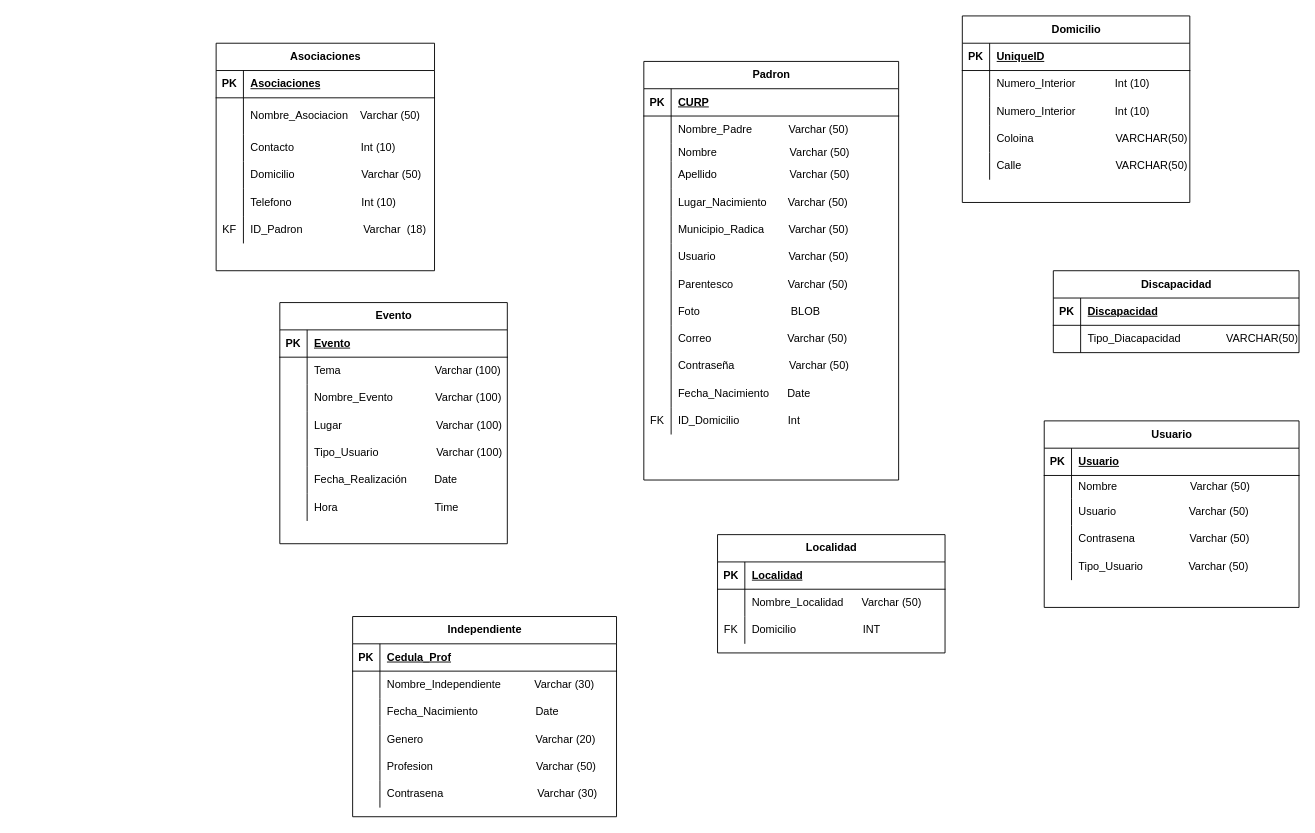
Before: Relacional.drawio in OSCARCH2002/diagramas, a draw.io diagram. Source tidied: cells renumbered, new cells numbered last; positions are measured from the earlier drawing's top-left corner, leaving out a move shared by most shapes. Both pictures are drawn from the tidied source at 91%, with x=0, y=0 at pixel (216, 15).
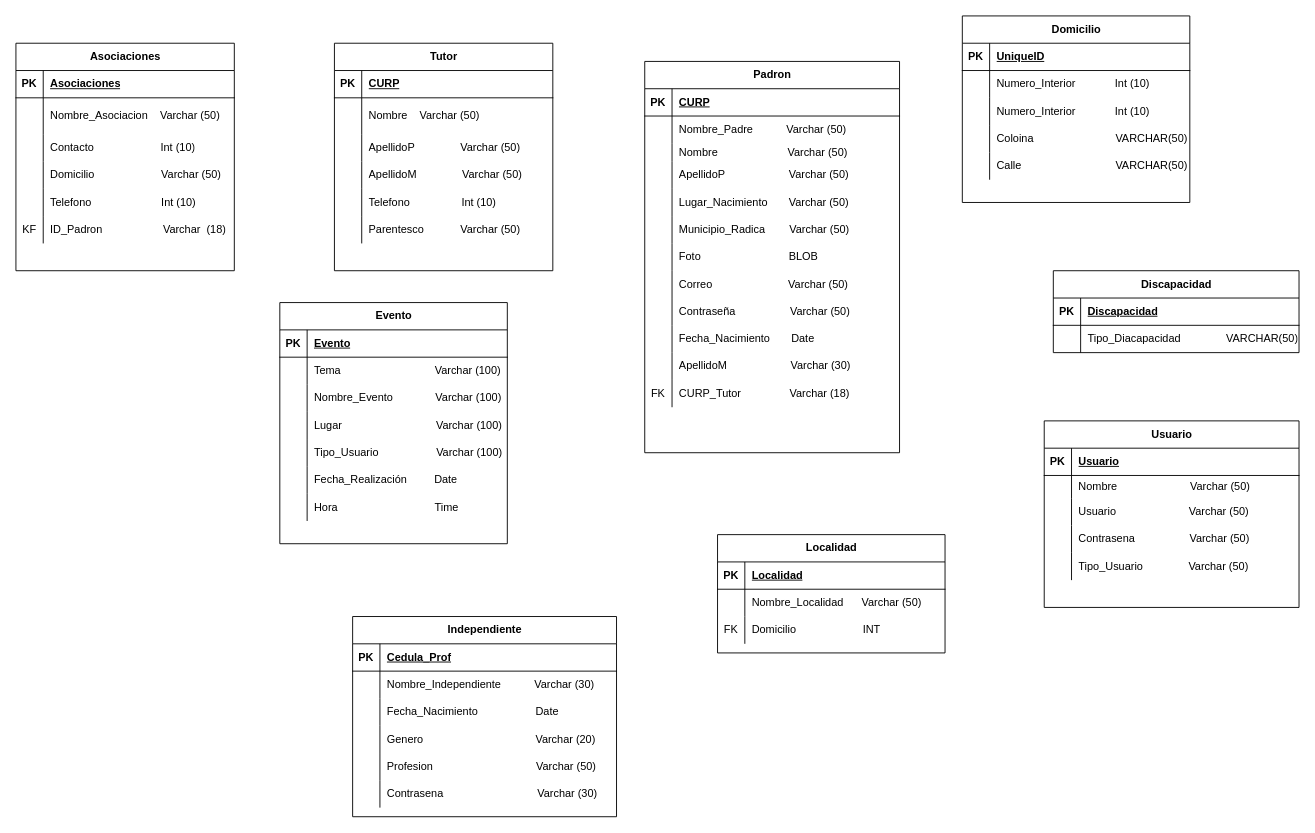
The same diagram, later.

The change refers to these unchanged cells:
```xml
<mxCell id="25" style="shape=tableRow;horizontal=0;startSize=0;swimlaneHead=0;swimlaneBody=0;fillColor=none;top=0;left=0;right=0;bottom=0;" parent="21" vertex="1">
  <mxGeometry y="60" width="280" height="30" as="geometry" />
</mxCell>
<mxCell id="28" style="shape=tableRow;horizontal=0;startSize=0;swimlaneHead=0;swimlaneBody=0;fillColor=none;top=0;left=0;right=0;bottom=0;" parent="21" vertex="1">
  <mxGeometry y="90" width="280" height="20" as="geometry" />
</mxCell>
<mxCell id="31" style="shape=tableRow;horizontal=0;startSize=0;swimlaneHead=0;swimlaneBody=0;fillColor=none;top=0;left=0;right=0;bottom=0;" parent="21" vertex="1">
  <mxGeometry y="110" width="280" height="30" as="geometry" />
</mxCell>
```

What changed in the source:
```diff
@@
     <mxCell id="2" value="Asociaciones" style="shape=table;startSize=30;childLayout=tableLayout;rowLines=0;fontStyle=1;align=center;html=1;" parent="1" vertex="1">
-      <mxGeometry y="30" width="240" height="250" as="geometry" />
+      <mxGeometry x="-220" y="30" width="240" height="250" as="geometry" />
     </mxCell>
@@
     <mxCell id="21" value="Padron" style="shape=table;startSize=30;childLayout=tableLayout;rowLines=0;fontStyle=1;align=center;html=1;" parent="1" vertex="1">
-      <mxGeometry x="470" y="50" width="280" height="460" as="geometry" />
+      <mxGeometry x="471" y="50" width="280" height="430" as="geometry" />
     </mxCell>
@@
-    <mxCell id="27" value="Nombre_Padre&amp;nbsp; &amp;nbsp; &amp;nbsp; &amp;nbsp; &amp;nbsp; &amp;nbsp; Varchar (50)" style="shape=partialRectangle;fillColor=none;top=0;left=0;bottom=0;right=0;align=left;spacingLeft=6;overflow=hidden;whiteSpace=wrap;html=1;" parent="25" vertex="1">
+    <mxCell id="27" value="Nombre_Padre&amp;nbsp; &amp;nbsp; &amp;nbsp; &amp;nbsp; &amp;nbsp; &amp;nbsp;Varchar (50)" style="shape=partialRectangle;fillColor=none;top=0;left=0;bottom=0;right=0;align=left;spacingLeft=6;overflow=hidden;whiteSpace=wrap;html=1;" parent="25" vertex="1">
       <mxGeometry x="30" width="250" height="30" as="geometry" />
     </mxCell>
@@
-    <mxCell id="30" value="Nombre&amp;nbsp; &amp;nbsp; &amp;nbsp; &amp;nbsp; &amp;nbsp; &amp;nbsp; &amp;nbsp; &amp;nbsp; &amp;nbsp; &amp;nbsp; &amp;nbsp; &amp;nbsp; Varchar (50)" style="shape=partialRectangle;fillColor=none;top=0;left=0;bottom=0;right=0;align=left;spacingLeft=6;overflow=hidden;whiteSpace=wrap;html=1;" parent="28" vertex="1">
+    <mxCell id="30" value="Nombre&amp;nbsp; &amp;nbsp; &amp;nbsp; &amp;nbsp; &amp;nbsp; &amp;nbsp; &amp;nbsp; &amp;nbsp; &amp;nbsp; &amp;nbsp; &amp;nbsp; &amp;nbsp;Varchar (50)" style="shape=partialRectangle;fillColor=none;top=0;left=0;bottom=0;right=0;align=left;spacingLeft=6;overflow=hidden;whiteSpace=wrap;html=1;" parent="28" vertex="1">
       <mxGeometry x="30" width="250" height="20" as="geometry" />
     </mxCell>
@@
-    <mxCell id="33" value="Apellido&amp;nbsp; &amp;nbsp; &amp;nbsp; &amp;nbsp; &amp;nbsp; &amp;nbsp; &amp;nbsp; &amp;nbsp; &amp;nbsp; &amp;nbsp; &amp;nbsp; &amp;nbsp; Varchar (50)" style="shape=partialRectangle;fillColor=none;top=0;left=0;bottom=0;right=0;align=left;spacingLeft=6;overflow=hidden;whiteSpace=wrap;html=1;" parent="31" vertex="1">
+    <mxCell id="33" value="ApellidoP&amp;nbsp; &amp;nbsp; &amp;nbsp; &amp;nbsp; &amp;nbsp; &amp;nbsp; &amp;nbsp; &amp;nbsp; &amp;nbsp; &amp;nbsp; &amp;nbsp;Varchar (50)" style="shape=partialRectangle;fillColor=none;top=0;left=0;bottom=0;right=0;align=left;spacingLeft=6;overflow=hidden;whiteSpace=wrap;html=1;" parent="31" vertex="1">
       <mxGeometry x="30" width="250" height="30" as="geometry" />
     </mxCell>
@@
-    <mxCell id="40" style="shape=tableRow;horizontal=0;startSize=0;swimlaneHead=0;swimlaneBody=0;fillColor=none;top=0;left=0;right=0;bottom=0;" parent="21" vertex="1">
-      <mxGeometry y="200" width="280" height="30" as="geometry" />
-    </mxCell>
-    <mxCell id="41" style="shape=partialRectangle;fillColor=none;top=0;left=0;bottom=0;right=0;overflow=hidden;whiteSpace=wrap;html=1;" parent="40" vertex="1">
-      <mxGeometry width="30" height="30" as="geometry" />
-    </mxCell>
-    <mxCell id="42" value="Usuario&amp;nbsp; &amp;nbsp; &amp;nbsp; &amp;nbsp; &amp;nbsp; &amp;nbsp; &amp;nbsp; &amp;nbsp; &amp;nbsp; &amp;nbsp; &amp;nbsp; &amp;nbsp; Varchar (50)" style="shape=partialRectangle;fillColor=none;top=0;left=0;bottom=0;right=0;align=left;spacingLeft=6;overflow=hidden;whiteSpace=wrap;html=1;" parent="40" vertex="1">
-      <mxGeometry x="30" width="250" height="30" as="geometry" />
-    </mxCell>
-    <mxCell id="43" style="shape=tableRow;horizontal=0;startSize=0;swimlaneHead=0;swimlaneBody=0;fillColor=none;top=0;left=0;right=0;bottom=0;" parent="21" vertex="1">
-      <mxGeometry y="230" width="280" height="30" as="geometry" />
-    </mxCell>
-    <mxCell id="44" style="shape=partialRectangle;fillColor=none;top=0;left=0;bottom=0;right=0;overflow=hidden;whiteSpace=wrap;html=1;" parent="43" vertex="1">
-      <mxGeometry width="30" height="30" as="geometry" />
-    </mxCell>
-    <mxCell id="45" value="Parentesco&amp;nbsp; &amp;nbsp; &amp;nbsp; &amp;nbsp; &amp;nbsp; &amp;nbsp; &amp;nbsp; &amp;nbsp; &amp;nbsp; Varchar (50)" style="shape=partialRectangle;fillColor=none;top=0;left=0;bottom=0;right=0;align=left;spacingLeft=6;overflow=hidden;whiteSpace=wrap;html=1;" parent="43" vertex="1">
-      <mxGeometry x="30" width="250" height="30" as="geometry" />
-    </mxCell>
     <mxCell id="46" style="shape=tableRow;horizontal=0;startSize=0;swimlaneHead=0;swimlaneBody=0;fillColor=none;top=0;left=0;right=0;bottom=0;" parent="21" vertex="1">
-      <mxGeometry y="260" width="280" height="30" as="geometry" />
+      <mxGeometry y="200" width="280" height="30" as="geometry" />
     </mxCell>
@@
-    <mxCell id="48" value="Foto&amp;nbsp; &amp;nbsp; &amp;nbsp; &amp;nbsp; &amp;nbsp; &amp;nbsp; &amp;nbsp; &amp;nbsp; &amp;nbsp; &amp;nbsp; &amp;nbsp; &amp;nbsp; &amp;nbsp; &amp;nbsp; &amp;nbsp; BLOB" style="shape=partialRectangle;fillColor=none;top=0;left=0;bottom=0;right=0;align=left;spacingLeft=6;overflow=hidden;whiteSpace=wrap;html=1;" parent="46" vertex="1">
+    <mxCell id="48" value="Foto&amp;nbsp; &amp;nbsp; &amp;nbsp; &amp;nbsp; &amp;nbsp; &amp;nbsp; &amp;nbsp; &amp;nbsp; &amp;nbsp; &amp;nbsp; &amp;nbsp; &amp;nbsp; &amp;nbsp; &amp;nbsp; &amp;nbsp;BLOB" style="shape=partialRectangle;fillColor=none;top=0;left=0;bottom=0;right=0;align=left;spacingLeft=6;overflow=hidden;whiteSpace=wrap;html=1;" parent="46" vertex="1">
       <mxGeometry x="30" width="250" height="30" as="geometry" />
     </mxCell>
     <mxCell id="49" style="shape=tableRow;horizontal=0;startSize=0;swimlaneHead=0;swimlaneBody=0;fillColor=none;top=0;left=0;right=0;bottom=0;" parent="21" vertex="1">
-      <mxGeometry y="290" width="280" height="30" as="geometry" />
+      <mxGeometry y="230" width="280" height="30" as="geometry" />
     </mxCell>
@@
     <mxCell id="52" style="shape=tableRow;horizontal=0;startSize=0;swimlaneHead=0;swimlaneBody=0;fillColor=none;top=0;left=0;right=0;bottom=0;" parent="21" vertex="1">
-      <mxGeometry y="320" width="280" height="30" as="geometry" />
+      <mxGeometry y="260" width="280" height="30" as="geometry" />
     </mxCell>
@@
     <mxCell id="55" style="shape=tableRow;horizontal=0;startSize=0;swimlaneHead=0;swimlaneBody=0;fillColor=none;top=0;left=0;right=0;bottom=0;" parent="21" vertex="1">
-      <mxGeometry y="350" width="280" height="30" as="geometry" />
+      <mxGeometry y="290" width="280" height="30" as="geometry" />
     </mxCell>
@@
-    <mxCell id="57" value="Fecha_Nacimiento&amp;nbsp; &amp;nbsp; &amp;nbsp; Date" style="shape=partialRectangle;fillColor=none;top=0;left=0;bottom=0;right=0;align=left;spacingLeft=6;overflow=hidden;whiteSpace=wrap;html=1;" parent="55" vertex="1">
+    <mxCell id="57" value="Fecha_Nacimiento&amp;nbsp; &amp;nbsp; &amp;nbsp; &amp;nbsp;Date" style="shape=partialRectangle;fillColor=none;top=0;left=0;bottom=0;right=0;align=left;spacingLeft=6;overflow=hidden;whiteSpace=wrap;html=1;" parent="55" vertex="1">
       <mxGeometry x="30" width="250" height="30" as="geometry" />
     </mxCell>
+    <mxCell id="161" style="shape=tableRow;horizontal=0;startSize=0;swimlaneHead=0;swimlaneBody=0;fillColor=none;top=0;left=0;right=0;bottom=0;" parent="21" vertex="1">
+      <mxGeometry y="320" width="280" height="30" as="geometry" />
+    </mxCell>
+    <mxCell id="162" style="shape=partialRectangle;fillColor=none;top=0;left=0;bottom=0;right=0;overflow=hidden;whiteSpace=wrap;html=1;" parent="161" vertex="1">
+      <mxGeometry width="30" height="30" as="geometry" />
+    </mxCell>
+    <mxCell id="163" value="ApellidoM&amp;nbsp; &amp;nbsp; &amp;nbsp; &amp;nbsp; &amp;nbsp; &amp;nbsp; &amp;nbsp; &amp;nbsp; &amp;nbsp; &amp;nbsp; &amp;nbsp;Varchar (30)" style="shape=partialRectangle;fillColor=none;top=0;left=0;bottom=0;right=0;align=left;spacingLeft=6;overflow=hidden;whiteSpace=wrap;html=1;" parent="161" vertex="1">
+      <mxGeometry x="30" width="250" height="30" as="geometry" />
+    </mxCell>
     <mxCell id="58" style="shape=tableRow;horizontal=0;startSize=0;swimlaneHead=0;swimlaneBody=0;fillColor=none;top=0;left=0;right=0;bottom=0;" parent="21" vertex="1">
-      <mxGeometry y="380" width="280" height="30" as="geometry" />
+      <mxGeometry y="350" width="280" height="30" as="geometry" />
     </mxCell>
@@
-    <mxCell id="60" value="ID_Domicilio&amp;nbsp; &amp;nbsp; &amp;nbsp; &amp;nbsp; &amp;nbsp; &amp;nbsp; &amp;nbsp; &amp;nbsp; Int" style="shape=partialRectangle;fillColor=none;top=0;left=0;bottom=0;right=0;align=left;spacingLeft=6;overflow=hidden;whiteSpace=wrap;html=1;" parent="58" vertex="1">
+    <mxCell id="60" value="CURP_Tutor&amp;nbsp; &amp;nbsp; &amp;nbsp; &amp;nbsp; &amp;nbsp; &amp;nbsp; &amp;nbsp; &amp;nbsp; Varchar (18)" style="shape=partialRectangle;fillColor=none;top=0;left=0;bottom=0;right=0;align=left;spacingLeft=6;overflow=hidden;whiteSpace=wrap;html=1;" parent="58" vertex="1">
       <mxGeometry x="30" width="250" height="30" as="geometry" />
     </mxCell>
@@
+    <mxCell id="164" value="Tutor" style="shape=table;startSize=30;childLayout=tableLayout;rowLines=0;fontStyle=1;align=center;html=1;" parent="1" vertex="1">
+      <mxGeometry x="130" y="30" width="240" height="250" as="geometry" />
+    </mxCell>
+    <mxCell id="165" style="shape=tableRow;horizontal=0;startSize=0;swimlaneHead=0;swimlaneBody=0;fillColor=none;top=0;left=0;right=0;bottom=1;" parent="164" vertex="1">
+      <mxGeometry y="30" width="240" height="30" as="geometry" />
+    </mxCell>
+    <mxCell id="166" value="PK" style="shape=partialRectangle;fillColor=none;top=0;left=0;bottom=0;right=0;fontStyle=1;overflow=hidden;whiteSpace=wrap;html=1;" parent="165" vertex="1">
+      <mxGeometry width="30" height="30" as="geometry" />
+    </mxCell>
+    <mxCell id="167" value="CURP" style="shape=partialRectangle;fillColor=none;top=0;left=0;bottom=0;right=0;align=left;spacingLeft=6;fontStyle=5;overflow=hidden;whiteSpace=wrap;html=1;" parent="165" vertex="1">
+      <mxGeometry x="30" width="210" height="30" as="geometry" />
+    </mxCell>
+    <mxCell id="168" style="shape=tableRow;horizontal=0;startSize=0;swimlaneHead=0;swimlaneBody=0;fillColor=none;top=0;left=0;right=0;bottom=0;" parent="164" vertex="1">
+      <mxGeometry y="60" width="240" height="40" as="geometry" />
+    </mxCell>
+    <mxCell id="169" style="shape=partialRectangle;fillColor=none;top=0;left=0;bottom=0;right=0;overflow=hidden;whiteSpace=wrap;html=1;" parent="168" vertex="1">
+      <mxGeometry width="30" height="40" as="geometry" />
+    </mxCell>
+    <mxCell id="170" value="Nombre&amp;nbsp; &amp;nbsp; Varchar (50)" style="shape=partialRectangle;fillColor=none;top=0;left=0;bottom=0;right=0;align=left;spacingLeft=6;overflow=hidden;whiteSpace=wrap;html=1;" parent="168" vertex="1">
+      <mxGeometry x="30" width="210" height="40" as="geometry" />
+    </mxCell>
+    <mxCell id="171" style="shape=tableRow;horizontal=0;startSize=0;swimlaneHead=0;swimlaneBody=0;fillColor=none;top=0;left=0;right=0;bottom=0;" parent="164" vertex="1">
+      <mxGeometry y="100" width="240" height="30" as="geometry" />
+    </mxCell>
+    <mxCell id="172" style="shape=partialRectangle;fillColor=none;top=0;left=0;bottom=0;right=0;overflow=hidden;whiteSpace=wrap;html=1;" parent="171" vertex="1">
+      <mxGeometry width="30" height="30" as="geometry" />
+    </mxCell>
+    <mxCell id="173" value="ApellidoP&amp;nbsp; &amp;nbsp; &amp;nbsp; &amp;nbsp; &amp;nbsp; &amp;nbsp; &amp;nbsp; &amp;nbsp;Varchar (50)" style="shape=partialRectangle;fillColor=none;top=0;left=0;bottom=0;right=0;align=left;spacingLeft=6;overflow=hidden;whiteSpace=wrap;html=1;" parent="171" vertex="1">
+      <mxGeometry x="30" width="210" height="30" as="geometry" />
+    </mxCell>
+    <mxCell id="174" style="shape=tableRow;horizontal=0;startSize=0;swimlaneHead=0;swimlaneBody=0;fillColor=none;top=0;left=0;right=0;bottom=0;" parent="164" vertex="1">
+      <mxGeometry y="130" width="240" height="30" as="geometry" />
+    </mxCell>
+    <mxCell id="175" style="shape=partialRectangle;fillColor=none;top=0;left=0;bottom=0;right=0;overflow=hidden;whiteSpace=wrap;html=1;" parent="174" vertex="1">
+      <mxGeometry width="30" height="30" as="geometry" />
+    </mxCell>
+    <mxCell id="176" value="ApellidoM&amp;nbsp; &amp;nbsp; &amp;nbsp; &amp;nbsp; &amp;nbsp; &amp;nbsp; &amp;nbsp; &amp;nbsp;Varchar (50)" style="shape=partialRectangle;fillColor=none;top=0;left=0;bottom=0;right=0;align=left;spacingLeft=6;overflow=hidden;whiteSpace=wrap;html=1;" parent="174" vertex="1">
+      <mxGeometry x="30" width="210" height="30" as="geometry" />
+    </mxCell>
+    <mxCell id="177" style="shape=tableRow;horizontal=0;startSize=0;swimlaneHead=0;swimlaneBody=0;fillColor=none;top=0;left=0;right=0;bottom=0;" parent="164" vertex="1">
+      <mxGeometry y="160" width="240" height="30" as="geometry" />
+    </mxCell>
+    <mxCell id="178" style="shape=partialRectangle;fillColor=none;top=0;left=0;bottom=0;right=0;overflow=hidden;whiteSpace=wrap;html=1;" parent="177" vertex="1">
+      <mxGeometry width="30" height="30" as="geometry" />
+    </mxCell>
+    <mxCell id="179" value="Telefono&amp;nbsp; &amp;nbsp; &amp;nbsp; &amp;nbsp; &amp;nbsp; &amp;nbsp; &amp;nbsp; &amp;nbsp; &amp;nbsp;Int (10)" style="shape=partialRectangle;fillColor=none;top=0;left=0;bottom=0;right=0;align=left;spacingLeft=6;overflow=hidden;whiteSpace=wrap;html=1;" parent="177" vertex="1">
+      <mxGeometry x="30" width="210" height="30" as="geometry" />
+    </mxCell>
+    <mxCell id="180" style="shape=tableRow;horizontal=0;startSize=0;swimlaneHead=0;swimlaneBody=0;fillColor=none;top=0;left=0;right=0;bottom=0;" parent="164" vertex="1">
+      <mxGeometry y="190" width="240" height="30" as="geometry" />
+    </mxCell>
+    <mxCell id="181" style="shape=partialRectangle;fillColor=none;top=0;left=0;bottom=0;right=0;overflow=hidden;whiteSpace=wrap;html=1;" parent="180" vertex="1">
+      <mxGeometry width="30" height="30" as="geometry" />
+    </mxCell>
+    <mxCell id="45" value="Parentesco&amp;nbsp; &amp;nbsp; &amp;nbsp; &amp;nbsp; &amp;nbsp; &amp;nbsp; Varchar (50)" style="shape=partialRectangle;fillColor=none;top=0;left=0;bottom=0;right=0;align=left;spacingLeft=6;overflow=hidden;whiteSpace=wrap;html=1;" parent="180" vertex="1">
+      <mxGeometry x="30" width="210" height="30" as="geometry" />
+    </mxCell>
```
